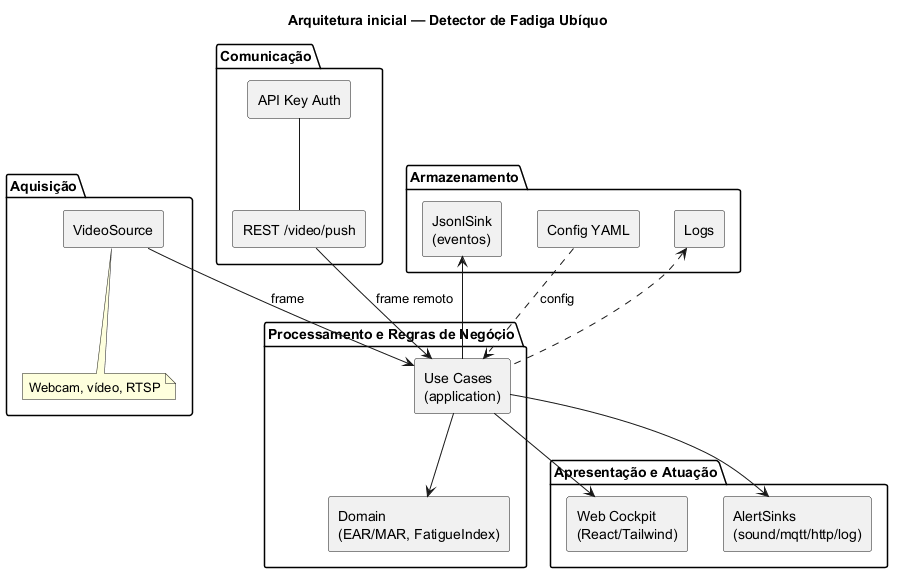
The PlantUML diagram docs/article-solid/diagrams/png/01-componentes-inicial.png in luixsouza/driver-fatigue-detector, before a commit.
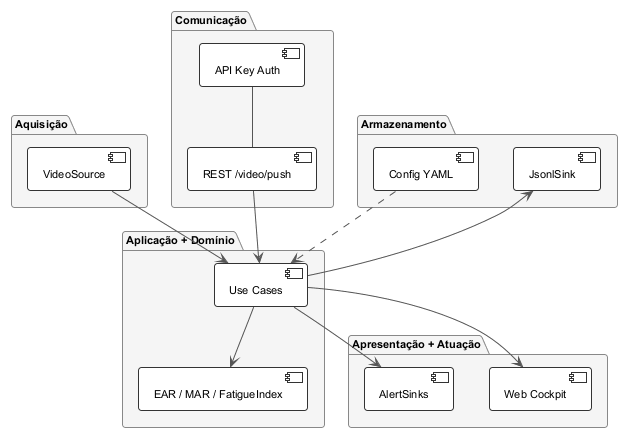
After the change.

Diff of the diagram source:
```diff
@@ -1,46 +1,45 @@
 @startuml
-title Arquitetura inicial — Detector de Fadiga Ubíquo
+!theme plain
+skinparam shadowing false
+skinparam roundCorner 6
+skinparam defaultFontName "Helvetica"
+skinparam defaultFontSize 11
+skinparam ArrowColor #555555
+skinparam ComponentBackgroundColor #FFFFFF
+skinparam ComponentBorderColor #333333
+skinparam PackageBackgroundColor #F5F5F5
+skinparam PackageBorderColor #888888
 
-skinparam componentStyle rectangle
-skinparam shadowing false
-skinparam defaultFontName "Helvetica"
-
-package "Aquisição" as L1 {
-  [VideoSource] as VS
-  note bottom of VS
-    Webcam, vídeo, RTSP
-  end note
+package "Aquisição" {
+  [VideoSource]
 }
 
-package "Comunicação" as L2 {
-  [REST /video/push] as REST
-  [API Key Auth] as Auth
+package "Comunicação" {
+  [REST /video/push]
+  [API Key Auth]
 }
 
-package "Processamento e Regras de Negócio" as L3 {
-  [Use Cases\n(application)] as UC
-  [Domain\n(EAR/MAR, FatigueIndex)] as DOM
+package "Aplicação + Domínio" {
+  [Use Cases]
+  [EAR / MAR / FatigueIndex]
 }
 
-package "Armazenamento" as L4 {
-  [JsonlSink\n(eventos)] as JS
-  [Config YAML] as YAML
-  [Logs] as LOG
+package "Armazenamento" {
+  [JsonlSink]
+  [Config YAML]
 }
 
-package "Apresentação e Atuação" as L5 {
-  [Web Cockpit\n(React/Tailwind)] as WEB
-  [AlertSinks\n(sound/mqtt/http/log)] as AS
+package "Apresentação + Atuação" {
+  [Web Cockpit]
+  [AlertSinks]
 }
 
-VS --> UC : frame
-REST --> UC : frame remoto
-Auth -- REST
-UC --> DOM
-UC --> JS
-UC --> AS
-UC --> WEB
-YAML ..> UC : config
-LOG <.. UC
-
+[VideoSource] --> [Use Cases]
+[REST /video/push] --> [Use Cases]
+[API Key Auth] -- [REST /video/push]
+[Use Cases] --> [EAR / MAR / FatigueIndex]
+[Use Cases] --> [JsonlSink]
+[Use Cases] --> [AlertSinks]
+[Use Cases] --> [Web Cockpit]
+[Config YAML] ..> [Use Cases]
 @enduml
```
